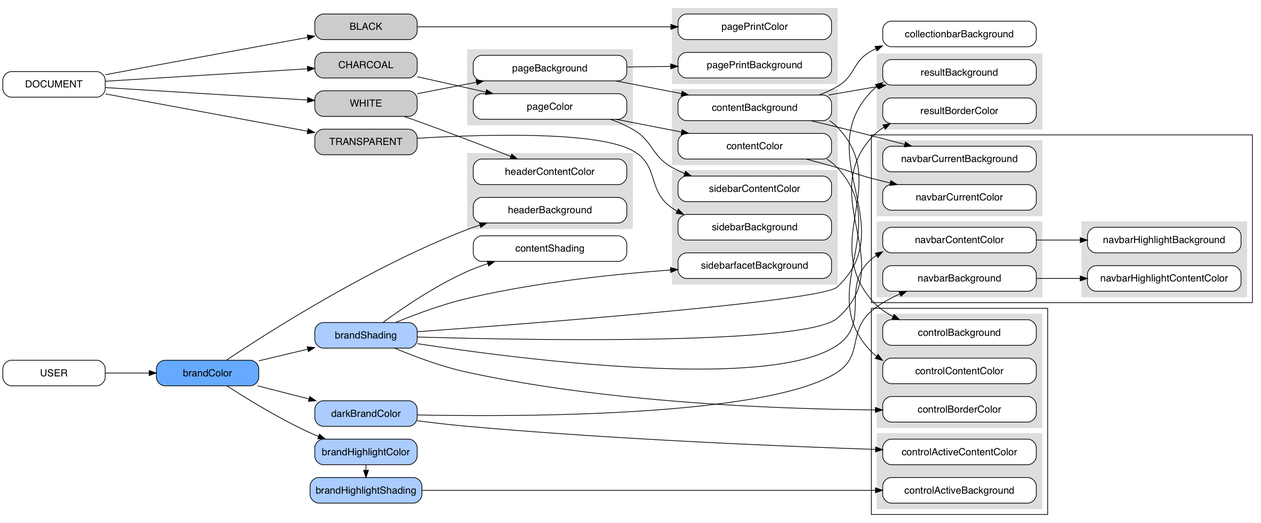
This is doc-source/colourlinks.dot.png from DanielBaird/mediaflux-portal-customisation, a Graphviz export, as it was before one commit. Its source is kept beside it as doc-source/colourlinks.dot. Its diagram source:
```dot
digraph {


rankdir=LR
ranksep=1
node [style="rounded,filled",fillcolor="#ffffff",
	shape="box",fontname="sans",width="3"]

{	# sources of decisions
	rank=same
	node [width=2]
	DOCUMENT
	USER
}

{	# "user supplied" node fill
	node [fillcolor="#66aaff"]
	node [width=2]
	brandColor
}

{	rank=same
	node [width=2]
	# "derived" node fill
	node [fillcolor="#aaccff"]
	brandShading
	darkBrandColor
	brandHighlightColor
	brandHighlightShading
	# "explicit" node fill
	node [fillcolor="#cccccc"]
	BLACK, CHARCOAL, WHITE, TRANSPARENT
}


USER -> brandColor
brandColor -> darkBrandColor
brandColor -> brandShading

brandColor -> brandHighlightColor
brandHighlightColor -> brandHighlightShading

DOCUMENT -> CHARCOAL
DOCUMENT -> WHITE
DOCUMENT -> BLACK
DOCUMENT -> TRANSPARENT


CHARCOAL -> pageColor
WHITE -> pageBackground
BLACK -> pagePrintColor
pageBackground -> pagePrintBackground

pageBackground -> contentBackground
pageColor -> contentColor

brandShading -> contentShading

subgraph cluster_1 { style=filled;color="#dddddd"
	pageColor
	pageBackground
}
subgraph cluster_2 { style=filled;color="#dddddd"
	pagePrintColor
	pagePrintBackground
}
subgraph cluster_3 { style=filled;color="#dddddd"
	contentColor
	contentBackground
}


contentBackground -> controlBackground
contentColor -> controlContentColor
brandHighlightShading -> controlActiveBackground
darkBrandColor -> controlActiveContentColor

brandShading -> controlBorderColor

subgraph cluster_4 {
	subgraph cluster_4a {
		style=filled;color="#dddddd"
		controlContentColor
		controlBorderColor
		controlBackground
	}
	subgraph cluster_4b {
		style=filled;color="#dddddd"
		controlActiveContentColor
		controlActiveBackground
	}
}


brandColor -> headerBackground
WHITE -> headerContentColor

subgraph cluster_6 { style=filled;color="#dddddd"
	headerContentColor
	headerBackground
}


darkBrandColor -> navbarBackground
brandShading -> navbarContentColor
navbarContentColor -> navbarHighlightBackground
navbarBackground -> navbarHighlightContentColor
contentBackground -> navbarCurrentBackground
contentColor -> navbarCurrentColor

subgraph cluster_7 {
	subgraph cluster_7a { style=filled;color="#dddddd"
		navbarContentColor
		navbarBackground
	}
	subgraph cluster_7b { style=filled;color="#dddddd"
		navbarHighlightContentColor
		navbarHighlightBackground
	}
	subgraph cluster_7c { style=filled;color="#dddddd"
		navbarCurrentColor
		navbarCurrentBackground
	}
}


contentBackground -> collectionbarBackground

TRANSPARENT -> sidebarBackground
pageColor -> sidebarContentColor
brandShading -> sidebarfacetBackground

brandShading -> resultBackground
contentBackground -> resultBackground

brandShading -> resultBorderColor

subgraph cluster_10 { style=filled;color="#dddddd"
	sidebarContentColor
	sidebarBackground
	sidebarfacetBackground
}

subgraph cluster_11 { style=filled;color="#dddddd"
	resultBackground
	resultBorderColor
}
















}
```
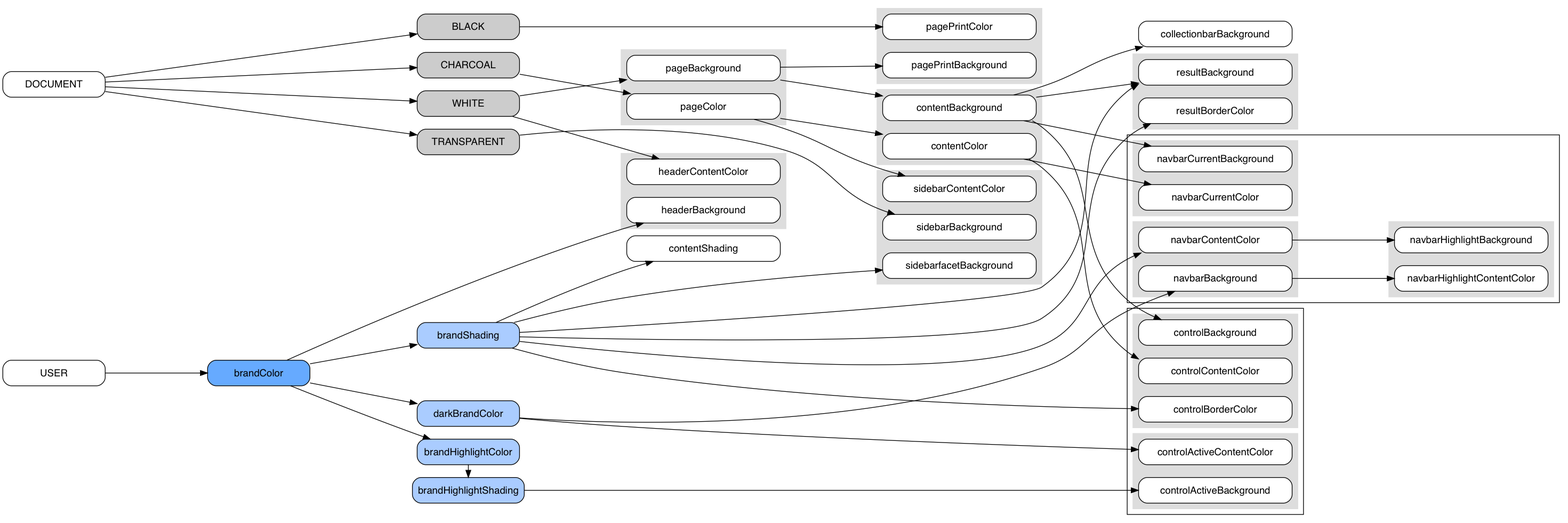
The same diagram one commit later.

Change to the diagram source:
```diff
@@ -2,7 +2,7 @@
 
 
 rankdir=LR
-ranksep=1
+ranksep=2
 node [style="rounded,filled",fillcolor="#ffffff",
 	shape="box",fontname="sans",width="3"]
 
```
